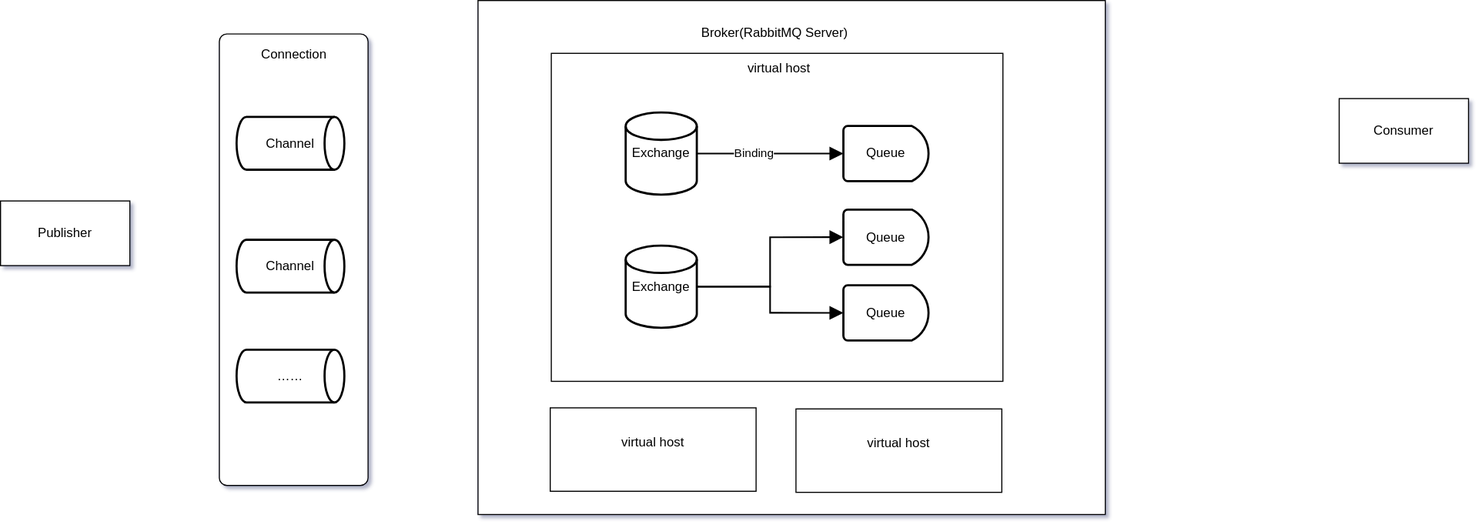
Before: MircoServices/RabbitMQ结构.drawio.svg, a diagram exported from draw.io (joijoop/draw.io). Source tidied: cells renumbered, new cells last; positions are measured from the earlier drawing's top-left corner, leaving out a move shared by most shapes.
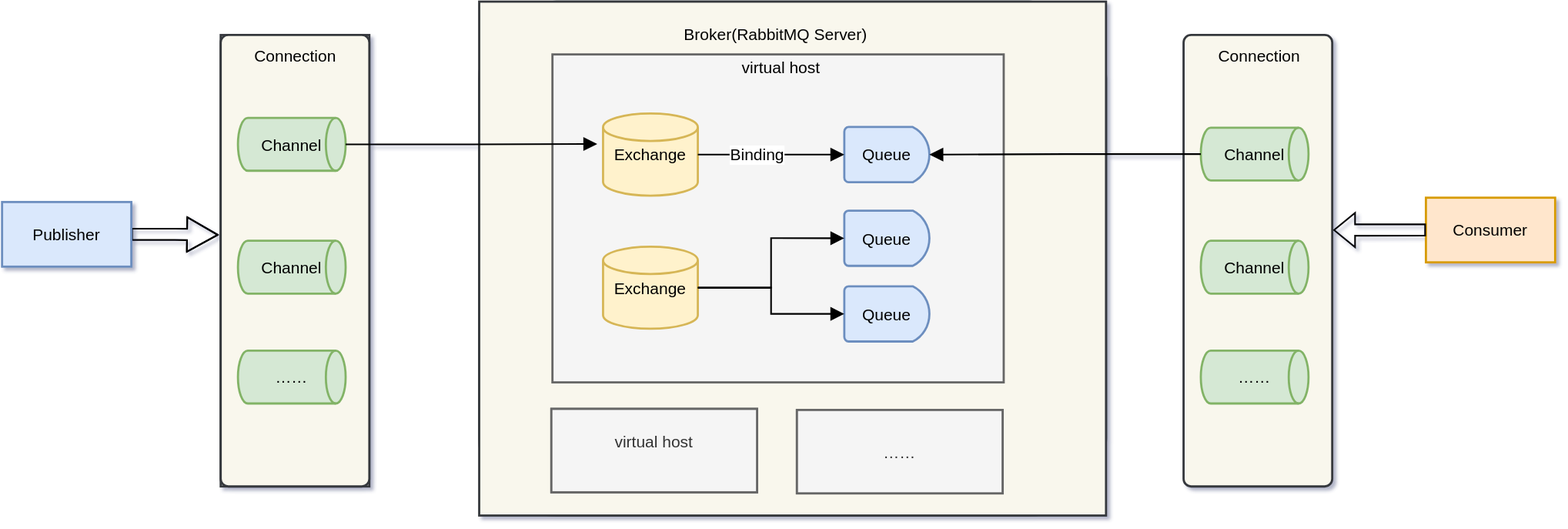
Later version of the same file.

What changed in the source:
```diff
@@ -2,65 +2,70 @@
   <root>
     <mxCell id="0" />
     <mxCell id="1" parent="0" />
+    <mxCell id="37" style="edgeStyle=orthogonalEdgeStyle;rounded=0;jettySize=auto;html=1;exitX=1;exitY=0.5;exitDx=0;exitDy=0;shape=flexArrow;shadow=0;strokeColor=default;strokeWidth=1.5;align=center;verticalAlign=middle;fontFamily=Helvetica;fontSize=15;fontColor=default;labelBackgroundColor=default;startArrow=none;startFill=0;endArrow=block;endSize=9;flowAnimation=0;" parent="1" edge="1" source="2">
+      <mxGeometry relative="1" as="geometry">
+        <mxPoint x="201" y="216.5" as="targetPoint" />
+      </mxGeometry>
+    </mxCell>
-    <mxCell id="2" value="Publisher" style="rounded=0;whiteSpace=wrap;html=1;labelBackgroundColor=none;" parent="1" vertex="1">
+    <mxCell id="2" value="Publisher" style="rounded=0;whiteSpace=wrap;html=1;labelBackgroundColor=none;strokeWidth=2;fontSize=15;fillColor=#dae8fc;strokeColor=#6c8ebf;" parent="1" vertex="1">
       <mxGeometry y="186" width="120" height="60" as="geometry" />
     </mxCell>
-    <mxCell id="3" value="Consumer" style="rounded=0;whiteSpace=wrap;html=1;labelBackgroundColor=none;" parent="1" vertex="1">
-      <mxGeometry x="1242" y="91" width="120" height="60" as="geometry" />
+    <mxCell id="3" value="Consumer" style="rounded=0;whiteSpace=wrap;html=1;labelBackgroundColor=none;strokeWidth=2;fontSize=15;fillColor=#ffe6cc;strokeColor=#d79b00;" parent="1" vertex="1">
+      <mxGeometry x="1322" y="182" width="120" height="60" as="geometry" />
     </mxCell>
-    <mxCell id="4" style="group;rounded=1;" parent="1" vertex="1">
+    <mxCell id="4" style="group;rounded=1;strokeWidth=2;fontSize=15;fillColor=#f9f7ed;strokeColor=#36393d;" parent="1" vertex="1">
       <mxGeometry x="443" width="582" height="477" as="geometry" />
     </mxCell>
-    <mxCell id="5" style="rounded=0;whiteSpace=wrap;html=1;direction=west;labelBackgroundColor=none;" parent="4" vertex="1">
+    <mxCell id="5" style="rounded=0;whiteSpace=wrap;html=1;direction=west;labelBackgroundColor=none;strokeWidth=2;fontSize=15;fillColor=#f9f7ed;strokeColor=#36393d;" parent="4" vertex="1">
       <mxGeometry width="582" height="477" as="geometry" />
     </mxCell>
-    <mxCell id="6" value="Broker(RabbitMQ Server)" style="text;html=1;align=center;verticalAlign=middle;strokeColor=none;fillColor=none;" parent="4" vertex="1">
-      <mxGeometry x="197.6" y="16.6" width="154" height="26" as="geometry" />
+    <mxCell id="6" value="Broker(RabbitMQ Server)" style="text;html=1;align=center;verticalAlign=middle;strokeColor=none;fillColor=none;fontSize=15;" parent="4" vertex="1">
+      <mxGeometry x="180.6" y="14.6" width="188" height="30" as="geometry" />
     </mxCell>
-    <mxCell id="7" style="group;" parent="4" vertex="1">
+    <mxCell id="7" style="group;fontSize=15;" parent="4" vertex="1">
       <mxGeometry x="68" y="49" width="450" height="402.1" as="geometry" />
     </mxCell>
-    <mxCell id="8" style="rounded=0;whiteSpace=wrap;html=1;" parent="7" vertex="1">
+    <mxCell id="8" style="rounded=0;whiteSpace=wrap;html=1;strokeWidth=2;fontSize=15;fillColor=#f5f5f5;fontColor=#333333;strokeColor=#666666;" parent="7" vertex="1">
       <mxGeometry width="419" height="304.4" as="geometry" />
     </mxCell>
-    <mxCell id="9" value="virtual host&lt;div&gt;&lt;br&gt;&lt;/div&gt;" style="text;html=1;align=center;verticalAlign=middle;strokeColor=none;fillColor=none;" parent="7" vertex="1">
-      <mxGeometry x="173.4" width="76" height="41" as="geometry" />
+    <mxCell id="9" value="virtual host&lt;div style=&quot;font-size: 15px;&quot;&gt;&lt;br style=&quot;font-size: 15px;&quot;&gt;&lt;/div&gt;" style="text;html=1;align=center;verticalAlign=middle;strokeColor=none;fillColor=none;fontSize=15;" parent="7" vertex="1">
+      <mxGeometry x="166.4" y="-3" width="91" height="48" as="geometry" />
     </mxCell>
-    <mxCell id="10" value="Exchange" style="strokeWidth=2;html=1;shape=mxgraph.flowchart.database;whiteSpace=wrap;" parent="7" vertex="1">
-      <mxGeometry x="69" y="54.9" width="66" height="76.2" as="geometry" />
+    <mxCell id="10" value="Exchange" style="strokeWidth=2;html=1;shape=mxgraph.flowchart.database;whiteSpace=wrap;fontSize=15;fillColor=#fff2cc;strokeColor=#d6b656;" parent="7" vertex="1">
+      <mxGeometry x="47" y="54.9" width="88" height="76.2" as="geometry" />
     </mxCell>
-    <mxCell id="11" value="Exchange" style="strokeWidth=2;html=1;shape=mxgraph.flowchart.database;whiteSpace=wrap;" parent="7" vertex="1">
-      <mxGeometry x="69" y="178.4" width="66" height="76.2" as="geometry" />
+    <mxCell id="11" value="Exchange" style="strokeWidth=2;html=1;shape=mxgraph.flowchart.database;whiteSpace=wrap;fontSize=15;fillColor=#fff2cc;strokeColor=#d6b656;" parent="7" vertex="1">
+      <mxGeometry x="47" y="178.4" width="88" height="76.2" as="geometry" />
     </mxCell>
-    <mxCell id="12" value="Queue" style="strokeWidth=2;html=1;shape=mxgraph.flowchart.delay;whiteSpace=wrap;" parent="7" vertex="1">
+    <mxCell id="12" value="Queue" style="strokeWidth=2;html=1;shape=mxgraph.flowchart.delay;whiteSpace=wrap;fontSize=15;fillColor=#dae8fc;strokeColor=#6c8ebf;" parent="7" vertex="1">
       <mxGeometry x="271" y="67.4" width="79" height="51.2" as="geometry" />
     </mxCell>
-    <mxCell id="13" value="Queue" style="strokeWidth=2;html=1;shape=mxgraph.flowchart.delay;whiteSpace=wrap;" parent="7" vertex="1">
+    <mxCell id="13" value="Queue" style="strokeWidth=2;html=1;shape=mxgraph.flowchart.delay;whiteSpace=wrap;fontSize=15;fillColor=#dae8fc;strokeColor=#6c8ebf;" parent="7" vertex="1">
       <mxGeometry x="271" y="145" width="79" height="51.2" as="geometry" />
     </mxCell>
-    <mxCell id="14" value="Queue" style="strokeWidth=2;html=1;shape=mxgraph.flowchart.delay;whiteSpace=wrap;" parent="7" vertex="1">
+    <mxCell id="14" value="Queue" style="strokeWidth=2;html=1;shape=mxgraph.flowchart.delay;whiteSpace=wrap;fontSize=15;fillColor=#dae8fc;strokeColor=#6c8ebf;" parent="7" vertex="1">
       <mxGeometry x="271" y="215.2" width="79" height="51.2" as="geometry" />
     </mxCell>
-    <mxCell id="15" style="rounded=0;jettySize=auto;html=1;exitX=1;exitY=0.5;exitDx=0;exitDy=0;exitPerimeter=0;entryX=0;entryY=0.5;entryDx=0;entryDy=0;entryPerimeter=0;strokeColor=default;endWidth=12.727272727272728;strokeWidth=1.5;endArrow=block;startArrow=none;startFill=0;shadow=0;flowAnimation=0;endSize=9;" parent="7" edge="1" source="10" target="12">
+    <mxCell id="15" style="rounded=0;jettySize=auto;html=1;exitX=1;exitY=0.5;exitDx=0;exitDy=0;exitPerimeter=0;entryX=0;entryY=0.5;entryDx=0;entryDy=0;entryPerimeter=0;strokeColor=default;endWidth=12.727272727272728;strokeWidth=1.5;endArrow=block;startArrow=none;startFill=0;shadow=0;flowAnimation=0;endSize=9;fontSize=15;" parent="7" edge="1" source="10" target="12">
       <mxGeometry relative="1" as="geometry" />
     </mxCell>
-    <mxCell id="16" value="Binding" style="edgeLabel;html=1;align=center;verticalAlign=middle;" parent="15" vertex="1">
+    <mxCell id="16" value="Binding" style="edgeLabel;html=1;align=center;verticalAlign=middle;fontSize=15;" parent="15" vertex="1">
       <mxGeometry x="-0.22" y="1" relative="1" as="geometry" />
     </mxCell>
-    <mxCell id="17" style="rounded=0;jettySize=auto;html=1;exitX=1;exitY=0.5;exitDx=0;exitDy=0;exitPerimeter=0;entryX=0;entryY=0.5;entryDx=0;entryDy=0;entryPerimeter=0;shadow=0;strokeColor=default;strokeWidth=1.5;align=center;verticalAlign=middle;fontFamily=Helvetica;fontSize=11;fontColor=default;labelBackgroundColor=default;startArrow=none;startFill=0;endArrow=block;endSize=9;flowAnimation=0;edgeStyle=orthogonalEdgeStyle;" parent="7" edge="1" source="11" target="14">
+    <mxCell id="17" style="rounded=0;jettySize=auto;html=1;exitX=1;exitY=0.5;exitDx=0;exitDy=0;exitPerimeter=0;entryX=0;entryY=0.5;entryDx=0;entryDy=0;entryPerimeter=0;shadow=0;strokeColor=default;strokeWidth=1.5;align=center;verticalAlign=middle;fontFamily=Helvetica;fontSize=15;fontColor=default;labelBackgroundColor=default;startArrow=none;startFill=0;endArrow=block;endSize=9;flowAnimation=0;edgeStyle=orthogonalEdgeStyle;" parent="7" edge="1" source="11" target="14">
       <mxGeometry relative="1" as="geometry" />
     </mxCell>
-    <mxCell id="18" style="edgeStyle=orthogonalEdgeStyle;rounded=0;jettySize=auto;html=1;exitX=1;exitY=0.5;exitDx=0;exitDy=0;exitPerimeter=0;entryX=0;entryY=0.5;entryDx=0;entryDy=0;entryPerimeter=0;shadow=0;strokeColor=default;strokeWidth=1.5;align=center;verticalAlign=middle;fontFamily=Helvetica;fontSize=11;fontColor=default;labelBackgroundColor=default;startArrow=none;startFill=0;endArrow=block;endSize=9;flowAnimation=0;" parent="7" edge="1" source="11" target="13">
+    <mxCell id="18" style="edgeStyle=orthogonalEdgeStyle;rounded=0;jettySize=auto;html=1;exitX=1;exitY=0.5;exitDx=0;exitDy=0;exitPerimeter=0;entryX=0;entryY=0.5;entryDx=0;entryDy=0;entryPerimeter=0;shadow=0;strokeColor=default;strokeWidth=1.5;align=center;verticalAlign=middle;fontFamily=Helvetica;fontSize=15;fontColor=default;labelBackgroundColor=default;startArrow=none;startFill=0;endArrow=block;endSize=9;flowAnimation=0;" parent="7" edge="1" source="11" target="13">
       <mxGeometry relative="1" as="geometry" />
     </mxCell>
-    <mxCell id="19" style="group;" parent="4" vertex="1">
+    <mxCell id="19" style="group;strokeWidth=2;fontSize=15;fillColor=#f5f5f5;fontColor=#333333;strokeColor=#666666;" parent="4" vertex="1">
       <mxGeometry x="67" y="378" width="191" height="77.4" as="geometry" />
     </mxCell>
-    <mxCell id="20" value="virtual host&lt;div&gt;&lt;br style=&quot;text-wrap: nowrap;&quot;&gt;&lt;/div&gt;" style="rounded=0;whiteSpace=wrap;html=1;" parent="19" vertex="1">
+    <mxCell id="20" value="virtual host&lt;div style=&quot;font-size: 15px;&quot;&gt;&lt;br style=&quot;text-wrap: nowrap; font-size: 15px;&quot;&gt;&lt;/div&gt;" style="rounded=0;whiteSpace=wrap;html=1;strokeWidth=2;fontSize=15;fillColor=#f5f5f5;fontColor=#333333;strokeColor=#666666;" parent="19" vertex="1">
       <mxGeometry width="191" height="77.4" as="geometry" />
     </mxCell>
-    <mxCell id="21" value="&lt;div&gt;&lt;br&gt;&lt;/div&gt;" style="text;html=1;align=center;verticalAlign=middle;strokeColor=none;fillColor=none;" parent="19" vertex="1">
-      <mxGeometry x="129" y="6.7" width="18" height="26" as="geometry" />
+    <mxCell id="21" value="&lt;div style=&quot;font-size: 15px;&quot;&gt;&lt;br style=&quot;font-size: 15px;&quot;&gt;&lt;/div&gt;" style="text;html=1;align=center;verticalAlign=middle;strokeColor=none;fillColor=none;fontSize=15;" parent="19" vertex="1">
+      <mxGeometry x="129" y="4.7" width="18" height="30" as="geometry" />
     </mxCell>
     <mxCell id="22" style="rounded=0;jettySize=auto;html=1;exitX=1;exitY=0.5;exitDx=0;exitDy=0;exitPerimeter=0;entryX=0;entryY=0.5;entryDx=0;entryDy=0;entryPerimeter=0;shadow=0;strokeColor=default;strokeWidth=1.5;align=center;verticalAlign=middle;fontFamily=Helvetica;fontSize=11;fontColor=default;labelBackgroundColor=default;startArrow=none;startFill=0;endArrow=block;endSize=9;flowAnimation=0;" parent="19" edge="1" target="x">
       <mxGeometry relative="1" as="geometry">
@@ -77,14 +82,14 @@
         <mxPoint x="61.5" y="48.4" as="sourcePoint" />
       </mxGeometry>
     </mxCell>
-    <mxCell id="25" style="group;" parent="4" vertex="1">
+    <mxCell id="25" style="group;strokeWidth=2;fontSize=15;fillColor=#f5f5f5;fontColor=#333333;strokeColor=#666666;" parent="4" vertex="1">
       <mxGeometry x="295" y="379" width="191" height="77.4" as="geometry" />
     </mxCell>
-    <mxCell id="26" value="virtual host&lt;div&gt;&lt;br style=&quot;text-wrap: nowrap;&quot;&gt;&lt;/div&gt;" style="rounded=0;whiteSpace=wrap;html=1;" parent="25" vertex="1">
+    <mxCell id="26" value="……" style="rounded=0;whiteSpace=wrap;html=1;strokeWidth=2;fontSize=15;fillColor=#f5f5f5;fontColor=#333333;strokeColor=#666666;" parent="25" vertex="1">
       <mxGeometry width="191" height="77.4" as="geometry" />
     </mxCell>
-    <mxCell id="27" value="&lt;div&gt;&lt;br&gt;&lt;/div&gt;" style="text;html=1;align=center;verticalAlign=middle;strokeColor=none;fillColor=none;" parent="25" vertex="1">
-      <mxGeometry x="129" y="6.7" width="18" height="26" as="geometry" />
+    <mxCell id="27" value="&lt;div style=&quot;font-size: 15px;&quot;&gt;&lt;br style=&quot;font-size: 15px;&quot;&gt;&lt;/div&gt;" style="text;html=1;align=center;verticalAlign=middle;strokeColor=none;fillColor=none;fontSize=15;" parent="25" vertex="1">
+      <mxGeometry x="129" y="4.7" width="18" height="30" as="geometry" />
     </mxCell>
     <mxCell id="28" style="rounded=0;orthogonalLoop=1;jettySize=auto;html=1;exitX=1;exitY=0.5;exitDx=0;exitDy=0;exitPerimeter=0;entryX=0;entryY=0.5;entryDx=0;entryDy=0;entryPerimeter=0;shadow=0;strokeColor=default;strokeWidth=1.5;align=center;verticalAlign=middle;fontFamily=Helvetica;fontSize=11;fontColor=default;labelBackgroundColor=default;startArrow=none;startFill=0;endArrow=block;endSize=9;flowAnimation=0;" parent="25" edge="1">
       <mxGeometry relative="1" as="geometry">
@@ -101,23 +106,50 @@
         <mxPoint x="61.5" y="48.4" as="sourcePoint" />
       </mxGeometry>
     </mxCell>
-    <mxCell id="31" style="group;" parent="1" vertex="1">
+    <mxCell id="31" style="group;strokeWidth=2;fontSize=15;fillColor=#f9f7ed;strokeColor=#36393d;" parent="1" vertex="1">
       <mxGeometry x="203" y="31" width="138" height="419" as="geometry" />
     </mxCell>
-    <mxCell id="32" style="rounded=1;whiteSpace=wrap;html=1;absoluteArcSize=1;arcSize=14;strokeWidth=1;" parent="31" vertex="1">
+    <mxCell id="32" style="rounded=1;whiteSpace=wrap;html=1;absoluteArcSize=1;arcSize=14;strokeWidth=2;fontSize=15;fillColor=#f9f7ed;strokeColor=#36393d;" parent="31" vertex="1">
       <mxGeometry width="138" height="419" as="geometry" />
     </mxCell>
-    <mxCell id="33" value="Connection&lt;span class=&quot;eusoft-eudic-chrome-extension-translate-content eusoft-eudic-chrome-extension-translate-content-style-blur&quot;&gt;&lt;/span&gt;" style="text;html=1;align=center;verticalAlign=middle;strokeColor=none;fillColor=none;" parent="31" vertex="1">
-      <mxGeometry x="29.5" y="6" width="79" height="26" as="geometry" />
+    <mxCell id="33" value="Connection&lt;span class=&quot;eusoft-eudic-chrome-extension-translate-content eusoft-eudic-chrome-extension-translate-content-style-blur&quot; style=&quot;font-size: 15px;&quot;&gt;&lt;/span&gt;" style="text;html=1;align=center;verticalAlign=middle;strokeColor=none;fillColor=none;fontSize=15;" parent="31" vertex="1">
+      <mxGeometry x="22.5" y="4" width="94" height="30" as="geometry" />
     </mxCell>
-    <mxCell id="34" value="Channel" style="strokeWidth=2;html=1;shape=mxgraph.flowchart.direct_data;whiteSpace=wrap;" parent="31" vertex="1">
+    <mxCell id="34" value="Channel" style="strokeWidth=2;html=1;shape=mxgraph.flowchart.direct_data;whiteSpace=wrap;fontSize=15;fillColor=#d5e8d4;strokeColor=#82b366;" parent="31" vertex="1">
       <mxGeometry x="16" y="77" width="100" height="49" as="geometry" />
     </mxCell>
-    <mxCell id="35" value="Channel" style="strokeWidth=2;html=1;shape=mxgraph.flowchart.direct_data;whiteSpace=wrap;" parent="31" vertex="1">
+    <mxCell id="35" value="Channel" style="strokeWidth=2;html=1;shape=mxgraph.flowchart.direct_data;whiteSpace=wrap;fontSize=15;fillColor=#d5e8d4;strokeColor=#82b366;" parent="31" vertex="1">
       <mxGeometry x="16" y="191" width="100" height="49" as="geometry" />
     </mxCell>
-    <mxCell id="36" value="……&lt;span class=&quot;eusoft-eudic-chrome-extension-translate-content eusoft-eudic-chrome-extension-translate-content-style-blur&quot;&gt;&lt;/span&gt;" style="strokeWidth=2;html=1;shape=mxgraph.flowchart.direct_data;whiteSpace=wrap;" parent="31" vertex="1">
+    <mxCell id="36" value="……&lt;span class=&quot;eusoft-eudic-chrome-extension-translate-content eusoft-eudic-chrome-extension-translate-content-style-blur&quot; style=&quot;font-size: 15px;&quot;&gt;&lt;/span&gt;" style="strokeWidth=2;html=1;shape=mxgraph.flowchart.direct_data;whiteSpace=wrap;fontSize=15;fillColor=#d5e8d4;strokeColor=#82b366;" parent="31" vertex="1">
       <mxGeometry x="16" y="293" width="100" height="49" as="geometry" />
     </mxCell>
+    <mxCell id="38" style="edgeStyle=orthogonalEdgeStyle;rounded=0;jettySize=auto;html=1;exitX=1;exitY=0.5;exitDx=0;exitDy=0;exitPerimeter=0;entryX=-0.061;entryY=0.37;entryDx=0;entryDy=0;entryPerimeter=0;shadow=0;strokeColor=default;strokeWidth=1.5;align=center;verticalAlign=middle;fontFamily=Helvetica;fontSize=15;fontColor=default;labelBackgroundColor=default;startArrow=none;startFill=0;endArrow=block;endSize=9;flowAnimation=0;" parent="1" edge="1" source="34" target="10">
+      <mxGeometry relative="1" as="geometry" />
+    </mxCell>
+    <mxCell id="39" style="group;fontSize=15;" parent="1" vertex="1">
+      <mxGeometry x="1097" y="31" width="138" height="419" as="geometry" />
+    </mxCell>
+    <mxCell id="40" style="rounded=1;whiteSpace=wrap;html=1;absoluteArcSize=1;arcSize=14;strokeWidth=2;fontSize=15;fillColor=#f9f7ed;strokeColor=#36393d;" parent="39" vertex="1">
+      <mxGeometry width="138" height="419" as="geometry" />
+    </mxCell>
+    <mxCell id="41" value="Connection&lt;span class=&quot;eusoft-eudic-chrome-extension-translate-content eusoft-eudic-chrome-extension-translate-content-style-blur&quot; style=&quot;font-size: 15px;&quot;&gt;&lt;/span&gt;" style="text;html=1;align=center;verticalAlign=middle;strokeColor=none;fillColor=none;fontSize=15;" parent="39" vertex="1">
+      <mxGeometry x="22.5" y="4" width="94" height="30" as="geometry" />
+    </mxCell>
+    <mxCell id="42" value="Channel" style="strokeWidth=2;html=1;shape=mxgraph.flowchart.direct_data;whiteSpace=wrap;fontSize=15;fillColor=#d5e8d4;strokeColor=#82b366;" parent="39" vertex="1">
+      <mxGeometry x="16" y="86" width="100" height="49" as="geometry" />
+    </mxCell>
+    <mxCell id="43" value="Channel" style="strokeWidth=2;html=1;shape=mxgraph.flowchart.direct_data;whiteSpace=wrap;fontSize=15;fillColor=#d5e8d4;strokeColor=#82b366;" parent="39" vertex="1">
+      <mxGeometry x="16" y="191" width="100" height="49" as="geometry" />
+    </mxCell>
+    <mxCell id="44" value="……&lt;span class=&quot;eusoft-eudic-chrome-extension-translate-content eusoft-eudic-chrome-extension-translate-content-style-blur&quot; style=&quot;font-size: 15px;&quot;&gt;&lt;/span&gt;" style="strokeWidth=2;html=1;shape=mxgraph.flowchart.direct_data;whiteSpace=wrap;fontSize=15;fillColor=#d5e8d4;strokeColor=#82b366;" parent="39" vertex="1">
+      <mxGeometry x="16" y="293" width="100" height="49" as="geometry" />
+    </mxCell>
+    <mxCell id="45" style="edgeStyle=orthogonalEdgeStyle;rounded=0;jettySize=auto;html=1;exitX=0;exitY=0.5;exitDx=0;exitDy=0;exitPerimeter=0;entryX=1;entryY=0.5;entryDx=0;entryDy=0;entryPerimeter=0;shadow=0;strokeColor=default;strokeWidth=1.5;align=center;verticalAlign=middle;fontFamily=Helvetica;fontSize=15;fontColor=default;labelBackgroundColor=default;startArrow=none;startFill=0;endArrow=block;endSize=9;flowAnimation=0;" parent="1" edge="1" source="42" target="12">
+      <mxGeometry relative="1" as="geometry" />
+    </mxCell>
+    <mxCell id="46" style="edgeStyle=orthogonalEdgeStyle;rounded=0;jettySize=auto;html=1;exitX=0;exitY=0.5;exitDx=0;exitDy=0;entryX=1.007;entryY=0.432;entryDx=0;entryDy=0;entryPerimeter=0;shadow=0;strokeColor=default;strokeWidth=1.5;align=center;verticalAlign=middle;fontFamily=Helvetica;fontSize=15;fontColor=default;labelBackgroundColor=default;startArrow=none;startFill=0;endArrow=block;flowAnimation=0;shape=flexArrow;" parent="1" edge="1" source="3" target="40">
+      <mxGeometry relative="1" as="geometry" />
+    </mxCell>
   </root>
 </mxGraphModel>
```
